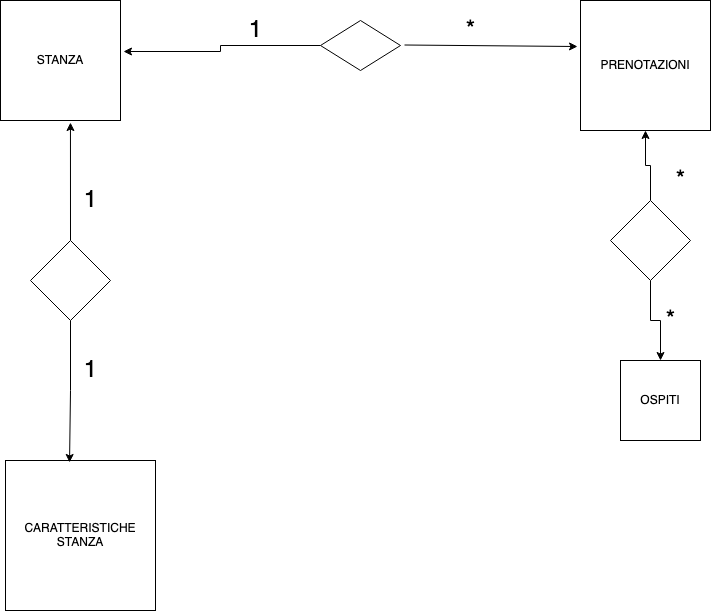
The draw.io diagram Untitled Diagram(1).png in GiuseppeColucci/db-hotel, before a commit. Source tidied: cells renumbered, new cells last; positions are measured from the earlier drawing's top-left corner, leaving out a move shared by most shapes.
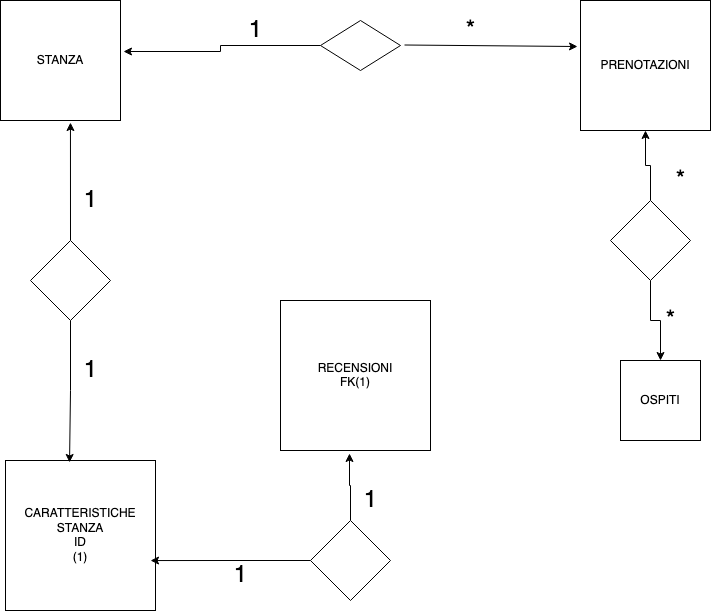
After the change.

Commit message:
tabella recensioni

Change to the diagram source:
```diff
@@ -11,7 +11,7 @@
     <mxCell id="4" style="rhombus;whiteSpace=wrap;html=1;" parent="1" vertex="1">
       <mxGeometry x="320" y="20" width="80" height="50" as="geometry" />
     </mxCell>
-    <mxCell id="5" value="CARATTERISTICHE STANZA" style="whiteSpace=wrap;html=1;" parent="1" vertex="1">
+    <mxCell id="5" value="&lt;div&gt;CARATTERISTICHE STANZA&lt;/div&gt;&lt;div&gt;ID&lt;br&gt;&lt;/div&gt;(1)" style="whiteSpace=wrap;html=1;" parent="1" vertex="1">
       <mxGeometry x="5" y="460" width="150" height="150" as="geometry" />
     </mxCell>
     <mxCell id="6" value="PRENOTAZIONI" style="whiteSpace=wrap;html=1;" parent="1" vertex="1">
@@ -61,5 +61,23 @@
     <mxCell id="20" value="&lt;font style=&quot;font-size: 24px&quot;&gt;1&lt;/font&gt;" style="text;html=1;align=center;verticalAlign=middle;" parent="1" vertex="1">
       <mxGeometry x="75" y="360" width="30" height="20" as="geometry" />
     </mxCell>
+    <mxCell id="21" value="&lt;div&gt;RECENSIONI&lt;/div&gt;&lt;div&gt;FK(1)&lt;br&gt;&lt;/div&gt;" style="whiteSpace=wrap;html=1;" parent="1" vertex="1">
+      <mxGeometry x="280" y="300" width="150" height="150" as="geometry" />
+    </mxCell>
+    <mxCell id="22" style="edgeStyle=orthogonalEdgeStyle;rounded=0;jettySize=auto;html=1;exitX=0.5;exitY=0;exitDx=0;exitDy=0;entryX=0.46;entryY=1.02;entryDx=0;entryDy=0;entryPerimeter=0;" parent="1" edge="1" source="24" target="21">
+      <mxGeometry relative="1" as="geometry" />
+    </mxCell>
+    <mxCell id="23" style="edgeStyle=orthogonalEdgeStyle;rounded=0;jettySize=auto;html=1;exitX=0;exitY=0.5;exitDx=0;exitDy=0;entryX=0.967;entryY=0.667;entryDx=0;entryDy=0;entryPerimeter=0;" parent="1" edge="1" source="24" target="5">
+      <mxGeometry relative="1" as="geometry" />
+    </mxCell>
+    <mxCell id="24" style="rhombus;whiteSpace=wrap;html=1;" parent="1" vertex="1">
+      <mxGeometry x="310" y="520" width="80" height="80" as="geometry" />
+    </mxCell>
+    <mxCell id="25" value="&lt;font style=&quot;font-size: 24px&quot;&gt;1&lt;/font&gt;" style="text;html=1;align=center;verticalAlign=middle;" parent="1" vertex="1">
+      <mxGeometry x="355" y="490" width="30" height="20" as="geometry" />
+    </mxCell>
+    <mxCell id="26" value="&lt;font style=&quot;font-size: 24px&quot;&gt;1&lt;/font&gt;" style="text;html=1;align=center;verticalAlign=middle;" parent="1" vertex="1">
+      <mxGeometry x="225" y="565" width="30" height="20" as="geometry" />
+    </mxCell>
   </root>
 </mxGraphModel>
```
